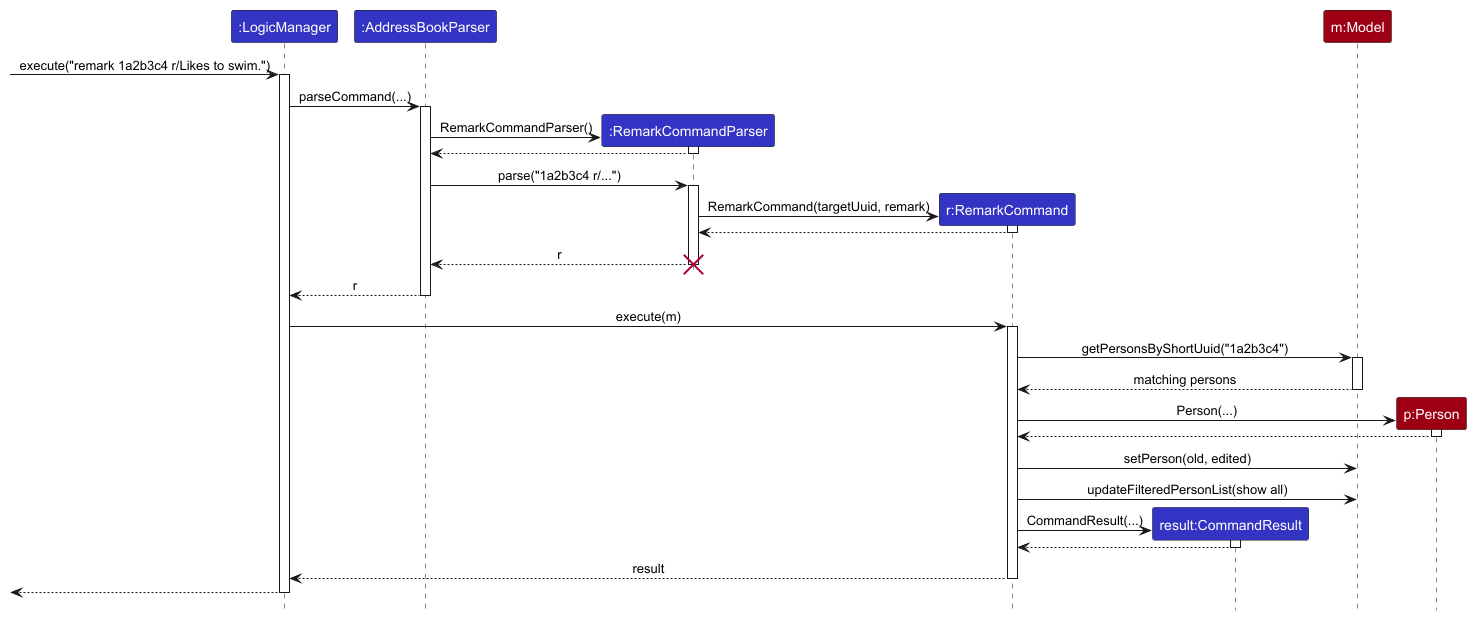
Above: docs/images/RemarkSequenceDiagram.png in AY2627S1-CS2103T-W08-3/tp (PlantUML), before the change.
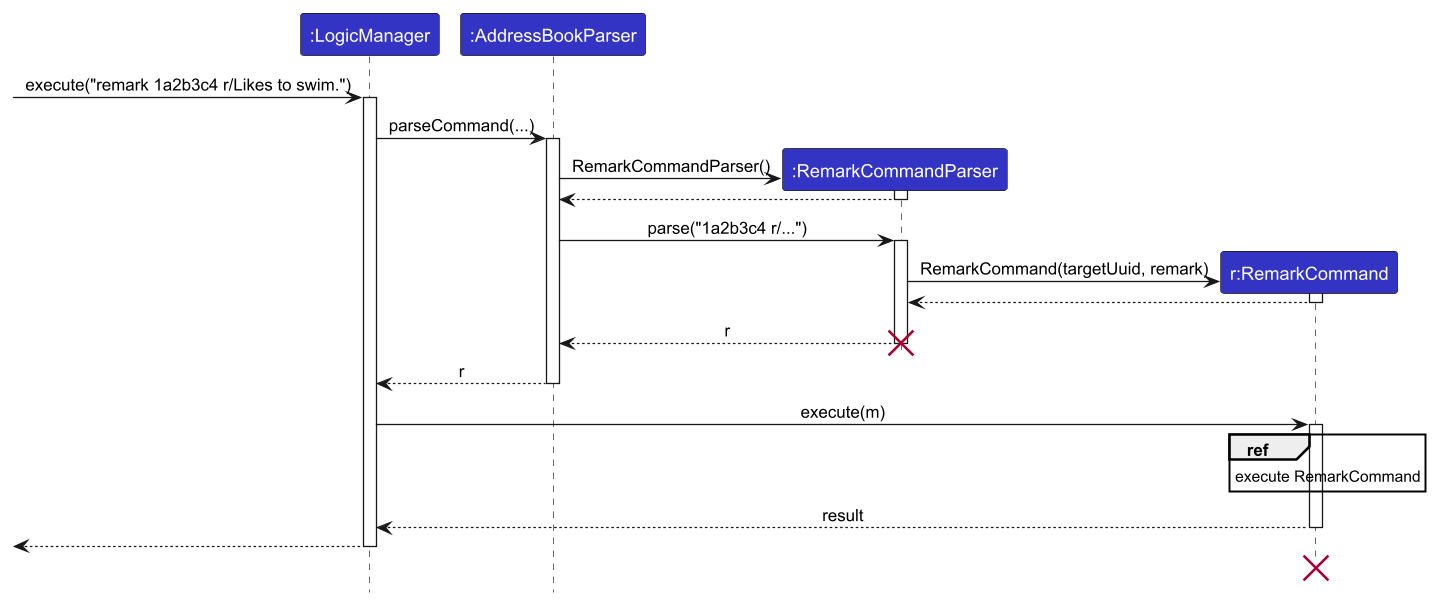
The same file after the commit.

Commit message:
Refine Remark UML object lifecycles

Diff of the diagram source:
```diff
@@ -7,15 +7,13 @@
 participant ":AddressBookParser" as AddressBookParser LOGIC_COLOR
 participant ":RemarkCommandParser" as RemarkCommandParser LOGIC_COLOR
 participant "r:RemarkCommand" as RemarkCommand LOGIC_COLOR
-participant "result:CommandResult" as CommandResult LOGIC_COLOR
-participant "m:Model" as Model MODEL_COLOR
-participant "p:Person" as Person MODEL_COLOR
 
 [-> LogicManager : execute("remark 1a2b3c4 r/Likes to swim.")
 activate LogicManager
 
 LogicManager -> AddressBookParser : parseCommand(...)
 activate AddressBookParser
+
 create RemarkCommandParser
 AddressBookParser -> RemarkCommandParser : RemarkCommandParser()
 activate RemarkCommandParser
@@ -24,11 +22,13 @@
 
 AddressBookParser -> RemarkCommandParser : parse("1a2b3c4 r/...")
 activate RemarkCommandParser
+
 create RemarkCommand
 RemarkCommandParser -> RemarkCommand : RemarkCommand(targetUuid, remark)
 activate RemarkCommand
 RemarkCommand --> RemarkCommandParser
 deactivate RemarkCommand
+
 RemarkCommandParser --> AddressBookParser : r
 deactivate RemarkCommandParser
 destroy RemarkCommandParser
@@ -37,27 +37,15 @@
 
 LogicManager -> RemarkCommand : execute(m)
 activate RemarkCommand
-RemarkCommand -> Model : getPersonsByShortUuid("1a2b3c4")
-activate Model
-Model --> RemarkCommand : matching persons
-deactivate Model
 
-create Person
-RemarkCommand -> Person : Person(...)
-activate Person
-Person --> RemarkCommand
-deactivate Person
-RemarkCommand -> Model : setPerson(old, edited)
-RemarkCommand -> Model : updateFilteredPersonList(show all)
+ref over RemarkCommand
+    execute RemarkCommand
+end ref
 
-create CommandResult
-RemarkCommand -> CommandResult : CommandResult(...)
-activate CommandResult
-CommandResult --> RemarkCommand
-deactivate CommandResult
 RemarkCommand --> LogicManager : result
 deactivate RemarkCommand
 
 [<--LogicManager
+destroy RemarkCommand
 deactivate LogicManager
 @enduml
```
